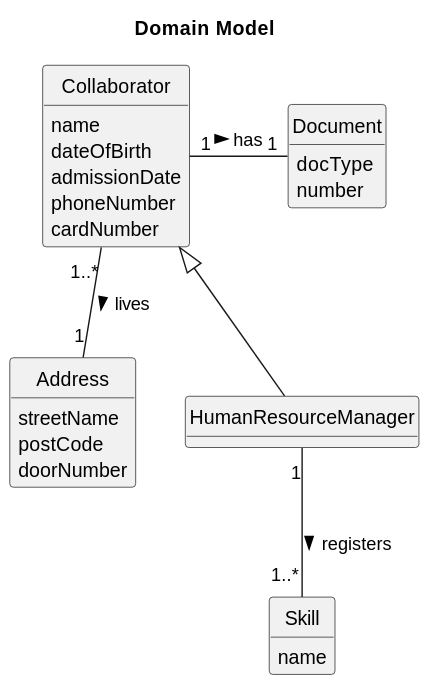
This is docs/sprint2/us01/02.analysis/svg/us001-domain-model.svg from Departamento-de-Engenharia-Informatica/lei-24-s2-1db-g022, a PlantUML export, as it was before one commit.
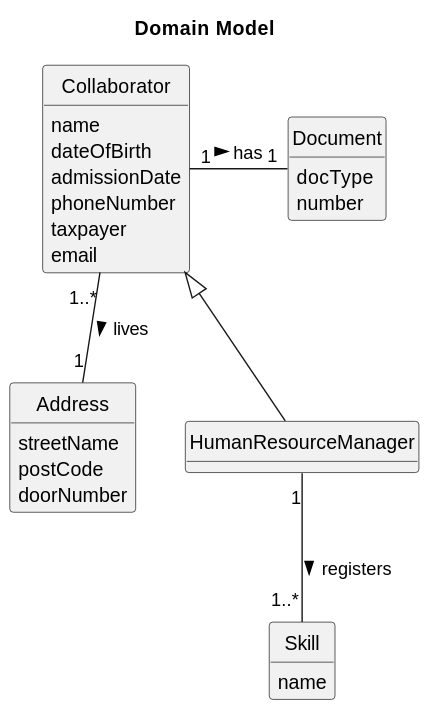
The same file after the commit.

Diff of the diagram source:
```diff
@@ -14,7 +14,8 @@
     dateOfBirth
     admissionDate
     phoneNumber
-    cardNumber
+    taxpayer
+    email
 }
 
 class Document{
```
